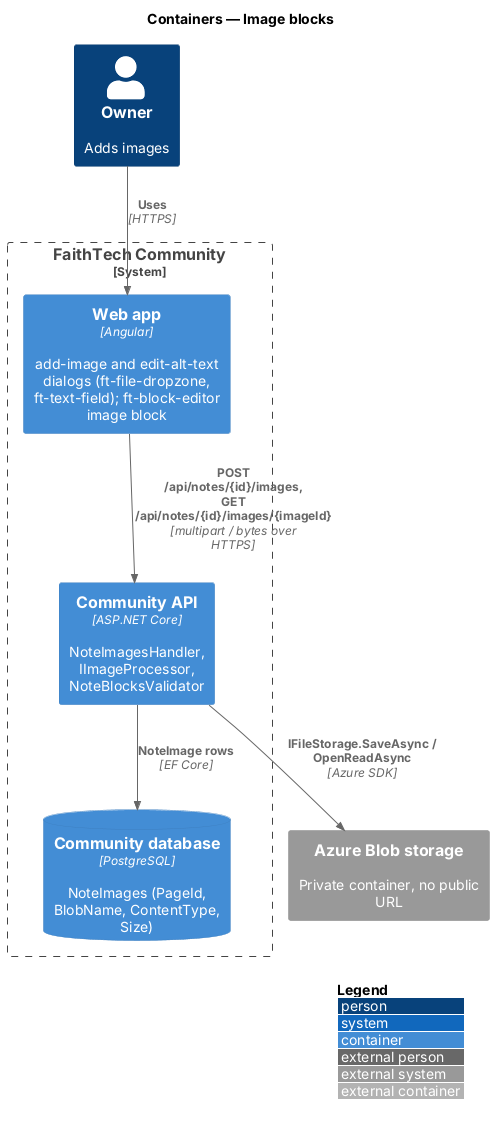
The PlantUML diagram docs/detailed-designs/notes/images/diagrams/c4-container.png in QuinntyneBrown/faithtech-community, before a commit.
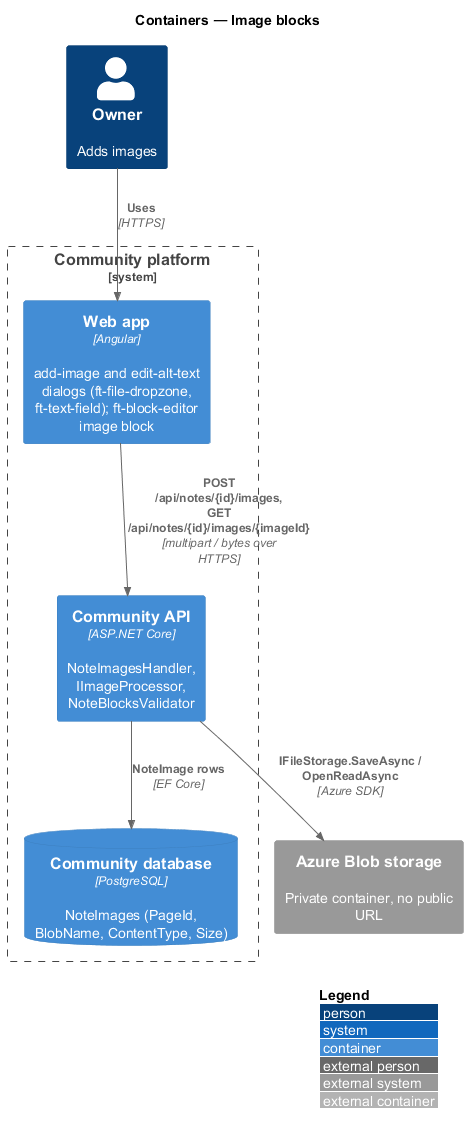
Above is the later version.

What changed in the source:
```diff
@@ -3,7 +3,7 @@
 LAYOUT_WITH_LEGEND()
 title Containers — Image blocks
 Person(owner, "Owner", "Adds images")
-System_Boundary(community, "FaithTech Community") {
+System_Boundary(community, "Community platform") {
   Container(web, "Web app", "Angular", "add-image and edit-alt-text dialogs (ft-file-dropzone, ft-text-field); ft-block-editor image block")
   Container(api, "Community API", "ASP.NET Core", "NoteImagesHandler, IImageProcessor, NoteBlocksValidator")
   ContainerDb(db, "Community database", "PostgreSQL", "NoteImages (PageId, BlobName, ContentType, Size)")
```
